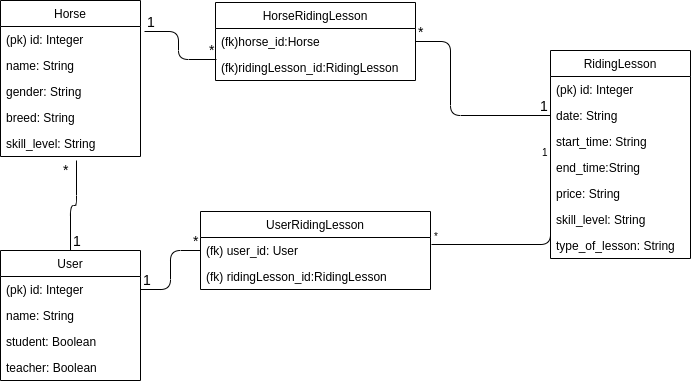
This is documentation/img/horseApp.png from millakortelainen/horseApp, a draw.io export, as it was before one commit. Source tidied: cells renumbered, new cells last; positions are measured from the earlier drawing's top-left corner, leaving out a move shared by most shapes.
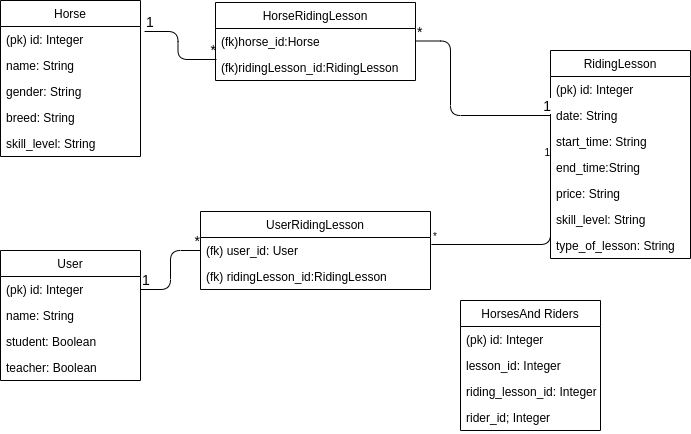
Above is the later version.

The edit, as a diff of the source:
```diff
@@ -121,18 +121,20 @@
     <mxCell id="38" value="1" style="html=1;align=right;verticalAlign=bottom;labelBackgroundColor=#ffffff;fontSize=10;" parent="36" vertex="1">
       <mxGeometry x="1" relative="1" as="geometry" />
     </mxCell>
-    <mxCell id="39" style="endArrow=none;html=1;edgeStyle=orthogonalEdgeStyle;" parent="1" edge="1" source="8">
-      <mxGeometry relative="1" as="geometry">
-        <mxPoint x="76" y="160" as="targetPoint" />
-      </mxGeometry>
-    </mxCell>
-    <mxCell id="40" value="&lt;font style=&quot;font-size: 14px&quot;&gt;1&lt;/font&gt;" style="html=1;align=left;verticalAlign=bottom;labelBackgroundColor=#ffffff;fontSize=10;" parent="39" vertex="1">
-      <mxGeometry x="-1" relative="1" as="geometry" />
-    </mxCell>
-    <mxCell id="41" value="&lt;font style=&quot;font-size: 14px&quot;&gt;*&lt;/font&gt;" style="html=1;align=right;verticalAlign=bottom;labelBackgroundColor=#ffffff;fontSize=10;" parent="39" vertex="1">
-      <mxGeometry x="1" relative="1" as="geometry">
-        <mxPoint x="-6" y="19" as="offset" />
-      </mxGeometry>
-    </mxCell>
+    <mxCell id="42" value="HorsesAnd Riders" style="swimlane;fontStyle=0;horizontal=1;startSize=26;fillColor=none;" parent="1" vertex="1">
+      <mxGeometry x="460" y="300" width="140" height="130" as="geometry" />
+    </mxCell>
+    <mxCell id="43" value="(pk) id: Integer" style="text;strokeColor=none;fillColor=none;align=left;verticalAlign=top;spacingLeft=4;spacingRight=4;overflow=hidden;" parent="42" vertex="1">
+      <mxGeometry y="26" width="140" height="26" as="geometry" />
+    </mxCell>
+    <mxCell id="44" value="lesson_id: Integer" style="text;strokeColor=none;fillColor=none;align=left;verticalAlign=top;spacingLeft=4;spacingRight=4;overflow=hidden;" parent="42" vertex="1">
+      <mxGeometry y="52" width="140" height="26" as="geometry" />
+    </mxCell>
+    <mxCell id="45" value="riding_lesson_id: Integer" style="text;strokeColor=none;fillColor=none;align=left;verticalAlign=top;spacingLeft=4;spacingRight=4;overflow=hidden;" parent="42" vertex="1">
+      <mxGeometry y="78" width="140" height="26" as="geometry" />
+    </mxCell>
+    <mxCell id="46" value="rider_id; Integer" style="text;strokeColor=none;fillColor=none;align=left;verticalAlign=top;spacingLeft=4;spacingRight=4;overflow=hidden;" parent="42" vertex="1">
+      <mxGeometry y="104" width="140" height="26" as="geometry" />
+    </mxCell>
   </root>
 </mxGraphModel>
```
